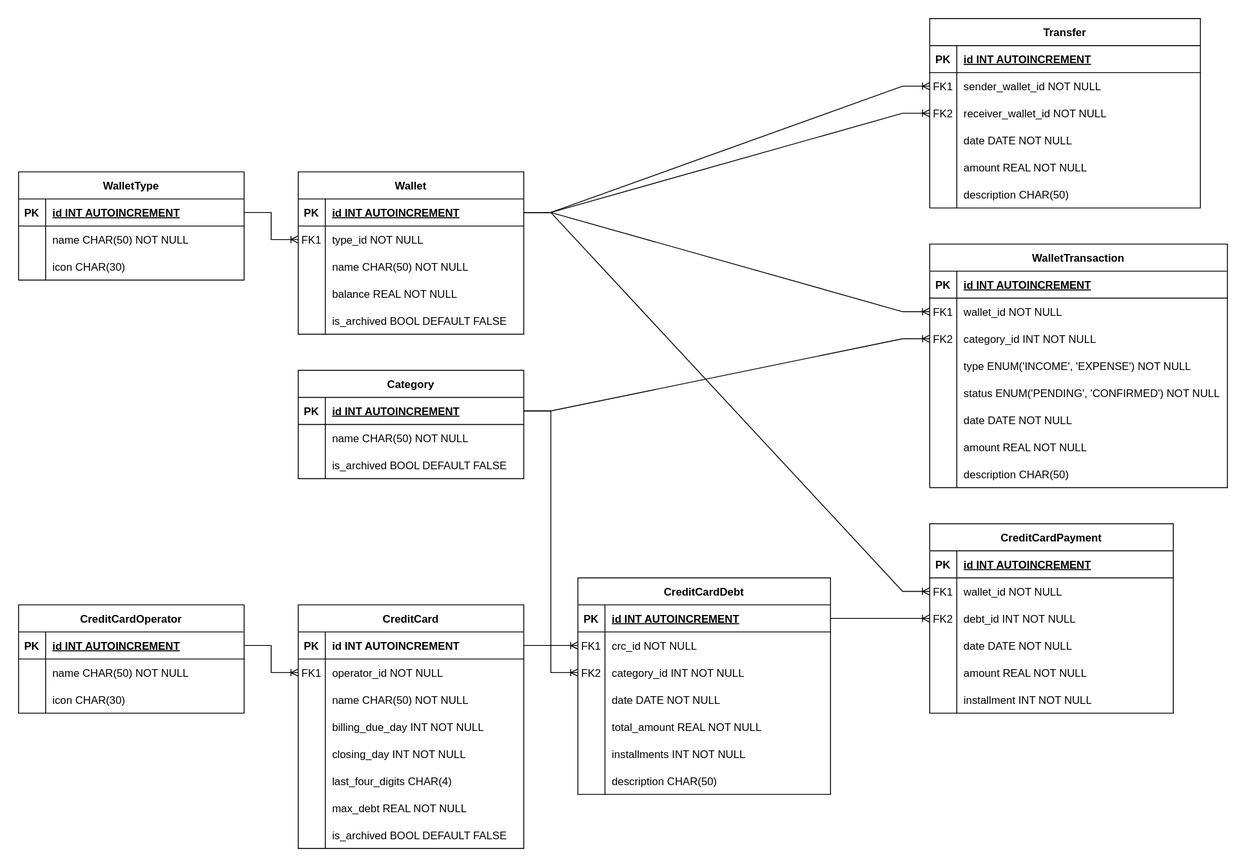
luk3rr/MY_MONEY keeps this draw.io diagram as docs/db_model.svg. Above is the earlier version. Source tidied: cells renumbered, new cells last; positions are measured from the earlier drawing's top-left corner, leaving out a move shared by most shapes.
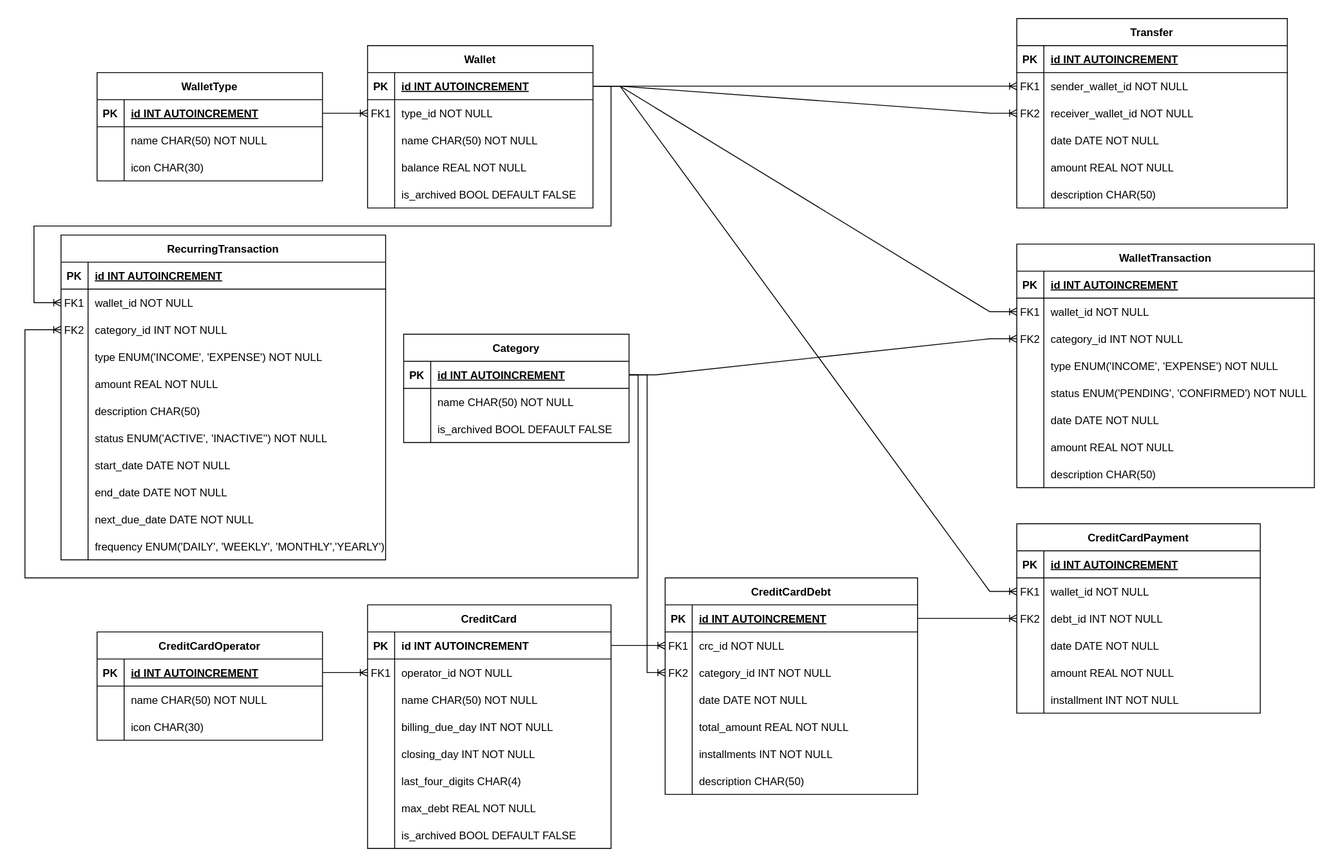
After the commit.

Commit message:
Atualizar modelo do banco

Change to the diagram source:
```diff
@@ -80,6 +80,6 @@
     <mxCell id="27" value="CreditCard" style="shape=table;startSize=30;rowLines=0;fontStyle=1;align=center;" parent="1" vertex="1">
-      <mxGeometry x="310" y="650" width="250" height="270" as="geometry" />
+      <mxGeometry x="290" y="650" width="270" height="270" as="geometry" />
     </mxCell>
     <mxCell id="28" style="shape=partialRectangle;fillColor=none;top=0;left=0;right=0;bottom=1;" parent="27" vertex="1">
-      <mxGeometry y="30" width="250" height="30" as="geometry" />
+      <mxGeometry y="30" width="270" height="30" as="geometry" />
     </mxCell>
@@ -89,6 +89,6 @@
     <mxCell id="30" style="shape=partialRectangle;overflow=hidden;fillColor=none;top=0;left=0;bottom=0;right=0;align=left;spacingLeft=6;fontStyle=5;" parent="28" vertex="1">
-      <mxGeometry x="30" width="220" height="30" as="geometry" />
+      <mxGeometry x="30" width="240" height="30" as="geometry" />
     </mxCell>
     <mxCell id="31" style="shape=partialRectangle;fillColor=none;points=[[0,0.5],[1,0.5]];portConstraint=eastwest;top=0;left=0;right=0;bottom=0;" parent="27" vertex="1">
-      <mxGeometry y="60" width="250" height="30" as="geometry" />
+      <mxGeometry y="60" width="270" height="30" as="geometry" />
     </mxCell>
@@ -98,6 +98,6 @@
     <mxCell id="33" value="operator_id NOT NULL" style="shape=partialRectangle;overflow=hidden;fillColor=none;top=0;left=0;bottom=0;right=0;align=left;spacingLeft=6;" parent="31" vertex="1">
-      <mxGeometry x="30" width="220" height="30" as="geometry" />
+      <mxGeometry x="30" width="240" height="30" as="geometry" />
     </mxCell>
     <mxCell id="34" style="shape=partialRectangle;fillColor=none;top=0;left=0;right=0;bottom=0;" parent="27" vertex="1">
-      <mxGeometry y="90" width="250" height="30" as="geometry" />
+      <mxGeometry y="90" width="270" height="30" as="geometry" />
     </mxCell>
@@ -107,6 +107,6 @@
     <mxCell id="36" value="name CHAR(50) NOT NULL" style="shape=partialRectangle;overflow=hidden;fillColor=none;top=0;left=0;bottom=0;right=0;align=left;spacingLeft=6;" parent="34" vertex="1">
-      <mxGeometry x="30" width="220" height="30" as="geometry" />
+      <mxGeometry x="30" width="240" height="30" as="geometry" />
     </mxCell>
     <mxCell id="37" style="shape=partialRectangle;fillColor=none;top=0;left=0;right=0;bottom=0;" parent="27" vertex="1">
-      <mxGeometry y="120" width="250" height="30" as="geometry" />
+      <mxGeometry y="120" width="270" height="30" as="geometry" />
     </mxCell>
@@ -116,6 +116,6 @@
     <mxCell id="39" value="billing_due_day INT NOT NULL" style="shape=partialRectangle;overflow=hidden;fillColor=none;top=0;left=0;bottom=0;right=0;align=left;spacingLeft=6;" parent="37" vertex="1">
-      <mxGeometry x="30" width="220" height="30" as="geometry" />
+      <mxGeometry x="30" width="240" height="30" as="geometry" />
     </mxCell>
     <mxCell id="40" style="shape=partialRectangle;fillColor=none;top=0;left=0;right=0;bottom=0;" parent="27" vertex="1">
-      <mxGeometry y="150" width="250" height="30" as="geometry" />
+      <mxGeometry y="150" width="270" height="30" as="geometry" />
     </mxCell>
@@ -125,6 +125,6 @@
     <mxCell id="42" value="closing_day INT NOT NULL" style="shape=partialRectangle;overflow=hidden;fillColor=none;top=0;left=0;bottom=0;right=0;align=left;spacingLeft=6;" parent="40" vertex="1">
-      <mxGeometry x="30" width="220" height="30" as="geometry" />
+      <mxGeometry x="30" width="240" height="30" as="geometry" />
     </mxCell>
     <mxCell id="43" style="shape=partialRectangle;fillColor=none;top=0;left=0;right=0;bottom=0;" parent="27" vertex="1">
-      <mxGeometry y="180" width="250" height="30" as="geometry" />
+      <mxGeometry y="180" width="270" height="30" as="geometry" />
     </mxCell>
@@ -134,6 +134,6 @@
     <mxCell id="45" value="last_four_digits CHAR(4)" style="shape=partialRectangle;overflow=hidden;fillColor=none;top=0;left=0;bottom=0;right=0;align=left;spacingLeft=6;" parent="43" vertex="1">
-      <mxGeometry x="30" width="220" height="30" as="geometry" />
+      <mxGeometry x="30" width="240" height="30" as="geometry" />
     </mxCell>
     <mxCell id="46" style="shape=partialRectangle;fillColor=none;top=0;left=0;right=0;bottom=0;" parent="27" vertex="1">
-      <mxGeometry y="210" width="250" height="30" as="geometry" />
+      <mxGeometry y="210" width="270" height="30" as="geometry" />
     </mxCell>
@@ -143,6 +143,6 @@
     <mxCell id="48" value="max_debt REAL NOT NULL" style="shape=partialRectangle;overflow=hidden;fillColor=none;top=0;left=0;bottom=0;right=0;align=left;spacingLeft=6;" parent="46" vertex="1">
-      <mxGeometry x="30" width="220" height="30" as="geometry" />
+      <mxGeometry x="30" width="240" height="30" as="geometry" />
     </mxCell>
     <mxCell id="49" style="shape=partialRectangle;fillColor=none;top=0;left=0;right=0;bottom=0;" parent="27" vertex="1">
-      <mxGeometry y="240" width="250" height="30" as="geometry" />
+      <mxGeometry y="240" width="270" height="30" as="geometry" />
     </mxCell>
@@ -152,6 +152,6 @@
     <mxCell id="51" value="is_archived BOOL DEFAULT FALSE" style="shape=partialRectangle;overflow=hidden;fillColor=none;top=0;left=0;bottom=0;right=0;align=left;spacingLeft=6;" parent="49" vertex="1">
-      <mxGeometry x="30" width="220" height="30" as="geometry" />
+      <mxGeometry x="30" width="240" height="30" as="geometry" />
     </mxCell>
     <mxCell id="52" value="Wallet" style="shape=table;startSize=30;rowLines=0;fontStyle=1;align=center;" parent="1" vertex="1">
-      <mxGeometry x="310" y="170" width="250" height="180" as="geometry" />
+      <mxGeometry x="290" y="30" width="250" height="180" as="geometry" />
     </mxCell>
@@ -202,10 +202,4 @@
     </mxCell>
-    <mxCell id="68" style="shape=partialRectangle;fillColor=none;top=0;left=0;right=0;bottom=0;" parent="1" vertex="1">
-      <mxGeometry x="320" y="350" width="250" height="30" as="geometry" />
-    </mxCell>
-    <mxCell id="69" style="shape=partialRectangle;overflow=hidden;fillColor=none;top=0;left=0;bottom=0;right=0;" parent="68" vertex="1">
-      <mxGeometry width="30" height="30" as="geometry" />
-    </mxCell>
     <mxCell id="70" value="Category" style="shape=table;startSize=30;rowLines=0;fontStyle=1;align=center;" parent="1" vertex="1">
-      <mxGeometry x="310" y="390" width="250" height="120" as="geometry" />
+      <mxGeometry x="330" y="350" width="250" height="120" as="geometry" />
     </mxCell>
@@ -430,6 +424,3 @@
     </mxCell>
-    <mxCell id="144" style="edgeStyle=entityRelationEdgeStyle;fontSize=12;html=1;endArrow=ERoneToMany;rounded=0;exitX=1;exitY=0.5;exitDx=0;exitDy=0;entryX=0;entryY=0.5;entryDx=0;entryDy=0;" parent="1" edge="1" source="53" target="106">
-      <mxGeometry relative="1" as="geometry" />
-    </mxCell>
-    <mxCell id="145" style="edgeStyle=entityRelationEdgeStyle;fontSize=12;html=1;endArrow=ERoneToMany;rounded=0;exitX=1;exitY=0.5;exitDx=0;exitDy=0;entryX=0;entryY=0.5;entryDx=0;entryDy=0;" parent="1" edge="1" source="71" target="87">
+    <mxCell id="145" style="edgeStyle=orthogonalEdgeStyle;fontSize=12;html=1;endArrow=ERoneToMany;rounded=0;exitX=1;exitY=0.5;exitDx=0;exitDy=0;entryX=0;entryY=0.5;entryDx=0;entryDy=0;" parent="1" edge="1" source="71" target="87">
       <mxGeometry relative="1" as="geometry" />
@@ -445,6 +436,6 @@
     <mxCell id="148" value="PK" style="shape=partialRectangle;overflow=hidden;fillColor=none;top=0;left=0;bottom=0;right=0;fontStyle=1;" parent="147" vertex="1">
-      <mxGeometry width="30" height="30" as="geometry" />
+      <mxGeometry x="-20" width="30" height="30" as="geometry" />
     </mxCell>
     <mxCell id="149" value="id INT AUTOINCREMENT " style="shape=partialRectangle;overflow=hidden;fillColor=none;top=0;left=0;bottom=0;right=0;align=left;spacingLeft=6;fontStyle=1;" parent="147" vertex="1">
-      <mxGeometry x="30" width="220" height="30" as="geometry" />
+      <mxGeometry x="10" width="220" height="30" as="geometry" />
     </mxCell>
@@ -454,3 +445,3 @@
     <mxCell id="151" value="CreditCardOperator" style="shape=table;startSize=30;rowLines=0;fontStyle=1;align=center;" parent="1" vertex="1">
-      <mxGeometry y="650" width="250" height="120" as="geometry" />
+      <mxGeometry x="-10" y="680" width="250" height="120" as="geometry" />
     </mxCell>
@@ -496,3 +487,3 @@
     <mxCell id="162" value="WalletType" style="shape=table;startSize=30;rowLines=0;fontStyle=1;align=center;" parent="1" vertex="1">
-      <mxGeometry y="170" width="250" height="120" as="geometry" />
+      <mxGeometry x="-10" y="60" width="250" height="120" as="geometry" />
     </mxCell>
@@ -537,2 +528,127 @@
     </mxCell>
+    <mxCell id="173" value="RecurringTransaction" style="shape=table;startSize=30;rowLines=0;fontStyle=1;align=center;" parent="1" vertex="1">
+      <mxGeometry x="-50" y="240" width="360" height="360" as="geometry" />
+    </mxCell>
+    <mxCell id="174" style="shape=partialRectangle;fillColor=none;top=0;left=0;right=0;bottom=1;" parent="173" vertex="1">
+      <mxGeometry y="30" width="360" height="30" as="geometry" />
+    </mxCell>
+    <mxCell id="175" value="PK" style="shape=partialRectangle;overflow=hidden;fillColor=none;top=0;left=0;bottom=0;right=0;fontStyle=1;" parent="174" vertex="1">
+      <mxGeometry width="30" height="30" as="geometry" />
+    </mxCell>
+    <mxCell id="176" value="id INT AUTOINCREMENT " style="shape=partialRectangle;overflow=hidden;fillColor=none;top=0;left=0;bottom=0;right=0;align=left;spacingLeft=6;fontStyle=5;" parent="174" vertex="1">
+      <mxGeometry x="30" width="330" height="30" as="geometry" />
+    </mxCell>
+    <mxCell id="177" style="shape=partialRectangle;fillColor=none;points=[[0,0.5],[1,0.5]];portConstraint=eastwest;top=0;left=0;right=0;bottom=0;" parent="173" vertex="1">
+      <mxGeometry y="60" width="360" height="30" as="geometry" />
+    </mxCell>
+    <mxCell id="178" value="FK1" style="shape=partialRectangle;overflow=hidden;fillColor=none;top=0;left=0;bottom=0;right=0;" parent="177" vertex="1">
+      <mxGeometry width="30" height="30" as="geometry" />
+    </mxCell>
+    <mxCell id="179" value="wallet_id NOT NULL" style="shape=partialRectangle;overflow=hidden;fillColor=none;top=0;left=0;bottom=0;right=0;align=left;spacingLeft=6;" parent="177" vertex="1">
+      <mxGeometry x="30" width="330" height="30" as="geometry" />
+    </mxCell>
+    <mxCell id="180" style="shape=partialRectangle;fillColor=none;points=[[0,0.5],[1,0.5]];portConstraint=eastwest;top=0;left=0;right=0;bottom=0;" parent="173" vertex="1">
+      <mxGeometry y="90" width="360" height="30" as="geometry" />
+    </mxCell>
+    <mxCell id="181" value="FK2" style="shape=partialRectangle;overflow=hidden;fillColor=none;top=0;left=0;bottom=0;right=0;" parent="180" vertex="1">
+      <mxGeometry width="30" height="30" as="geometry" />
+    </mxCell>
+    <mxCell id="182" value="category_id INT NOT NULL" style="shape=partialRectangle;overflow=hidden;fillColor=none;top=0;left=0;bottom=0;right=0;align=left;spacingLeft=6;" parent="180" vertex="1">
+      <mxGeometry x="30" width="330" height="30" as="geometry" />
+    </mxCell>
+    <mxCell id="183" style="shape=partialRectangle;fillColor=none;top=0;left=0;right=0;bottom=0;" parent="173" vertex="1">
+      <mxGeometry y="120" width="360" height="30" as="geometry" />
+    </mxCell>
+    <mxCell id="69" style="shape=partialRectangle;overflow=hidden;fillColor=none;top=0;left=0;bottom=0;right=0;" parent="183" vertex="1">
+      <mxGeometry width="30" height="30" as="geometry" />
+    </mxCell>
+    <mxCell id="184" value="type ENUM('INCOME', 'EXPENSE') NOT NULL" style="shape=partialRectangle;overflow=hidden;fillColor=none;top=0;left=0;bottom=0;right=0;align=left;spacingLeft=6;" parent="183" vertex="1">
+      <mxGeometry x="30" width="330" height="30" as="geometry" />
+    </mxCell>
+    <mxCell id="185" style="shape=partialRectangle;fillColor=none;top=0;left=0;right=0;bottom=0;" parent="173" vertex="1">
+      <mxGeometry y="150" width="360" height="30" as="geometry" />
+    </mxCell>
+    <mxCell id="186" value="            " style="shape=partialRectangle;overflow=hidden;fillColor=none;top=0;left=0;bottom=0;right=0;" parent="185" vertex="1">
+      <mxGeometry width="30" height="30" as="geometry" />
+    </mxCell>
+    <mxCell id="187" value="amount REAL NOT NULL" style="shape=partialRectangle;overflow=hidden;fillColor=none;top=0;left=0;bottom=0;right=0;align=left;spacingLeft=6;" parent="185" vertex="1">
+      <mxGeometry x="30" width="330" height="30" as="geometry" />
+    </mxCell>
+    <mxCell id="188" style="shape=partialRectangle;fillColor=none;top=0;left=0;right=0;bottom=0;" parent="173" vertex="1">
+      <mxGeometry y="180" width="360" height="30" as="geometry" />
+    </mxCell>
+    <mxCell id="189" value="            " style="shape=partialRectangle;overflow=hidden;fillColor=none;top=0;left=0;bottom=0;right=0;" parent="188" vertex="1">
+      <mxGeometry width="30" height="30" as="geometry" />
+    </mxCell>
+    <mxCell id="190" value="description CHAR(50)" style="shape=partialRectangle;overflow=hidden;fillColor=none;top=0;left=0;bottom=0;right=0;align=left;spacingLeft=6;" parent="188" vertex="1">
+      <mxGeometry x="30" width="330" height="30" as="geometry" />
+    </mxCell>
+    <mxCell id="191" style="shape=partialRectangle;fillColor=none;top=0;left=0;right=0;bottom=0;" parent="173" vertex="1">
+      <mxGeometry y="210" width="360" height="30" as="geometry" />
+    </mxCell>
+    <mxCell id="192" value="            " style="shape=partialRectangle;overflow=hidden;fillColor=none;top=0;left=0;bottom=0;right=0;" parent="191" vertex="1">
+      <mxGeometry width="30" height="30" as="geometry" />
+    </mxCell>
+    <mxCell id="193" value="status ENUM('ACTIVE', 'INACTIVE'') NOT NULL" style="shape=partialRectangle;overflow=hidden;fillColor=none;top=0;left=0;bottom=0;right=0;align=left;spacingLeft=6;" parent="191" vertex="1">
+      <mxGeometry x="30" width="330" height="30" as="geometry" />
+    </mxCell>
+    <mxCell id="194" style="shape=partialRectangle;fillColor=none;top=0;left=0;right=0;bottom=0;" parent="173" vertex="1">
+      <mxGeometry y="240" width="360" height="30" as="geometry" />
+    </mxCell>
+    <mxCell id="195" value="            " style="shape=partialRectangle;overflow=hidden;fillColor=none;top=0;left=0;bottom=0;right=0;" parent="194" vertex="1">
+      <mxGeometry width="30" height="30" as="geometry" />
+    </mxCell>
+    <mxCell id="196" value="start_date DATE NOT NULL" style="shape=partialRectangle;overflow=hidden;fillColor=none;top=0;left=0;bottom=0;right=0;align=left;spacingLeft=6;" parent="194" vertex="1">
+      <mxGeometry x="30" width="330" height="30" as="geometry" />
+    </mxCell>
+    <mxCell id="197" style="shape=partialRectangle;fillColor=none;top=0;left=0;right=0;bottom=0;" parent="173" vertex="1">
+      <mxGeometry y="270" width="360" height="30" as="geometry" />
+    </mxCell>
+    <mxCell id="198" value="            " style="shape=partialRectangle;overflow=hidden;fillColor=none;top=0;left=0;bottom=0;right=0;" parent="197" vertex="1">
+      <mxGeometry width="30" height="30" as="geometry" />
+    </mxCell>
+    <mxCell id="199" value="end_date DATE NOT NULL" style="shape=partialRectangle;overflow=hidden;fillColor=none;top=0;left=0;bottom=0;right=0;align=left;spacingLeft=6;" parent="197" vertex="1">
+      <mxGeometry x="30" width="330" height="30" as="geometry" />
+    </mxCell>
+    <mxCell id="200" style="shape=partialRectangle;fillColor=none;top=0;left=0;right=0;bottom=0;" parent="173" vertex="1">
+      <mxGeometry y="300" width="360" height="30" as="geometry" />
+    </mxCell>
+    <mxCell id="201" value="            " style="shape=partialRectangle;overflow=hidden;fillColor=none;top=0;left=0;bottom=0;right=0;" parent="200" vertex="1">
+      <mxGeometry width="30" height="30" as="geometry" />
+    </mxCell>
+    <mxCell id="202" value="next_due_date DATE NOT NULL" style="shape=partialRectangle;overflow=hidden;fillColor=none;top=0;left=0;bottom=0;right=0;align=left;spacingLeft=6;" parent="200" vertex="1">
+      <mxGeometry x="30" width="330" height="30" as="geometry" />
+    </mxCell>
+    <mxCell id="203" style="shape=partialRectangle;fillColor=none;top=0;left=0;right=0;bottom=0;" parent="173" vertex="1">
+      <mxGeometry y="330" width="360" height="30" as="geometry" />
+    </mxCell>
+    <mxCell id="204" value="            " style="shape=partialRectangle;overflow=hidden;fillColor=none;top=0;left=0;bottom=0;right=0;" parent="203" vertex="1">
+      <mxGeometry width="30" height="30" as="geometry" />
+    </mxCell>
+    <mxCell id="205" value="frequency ENUM('DAILY', 'WEEKLY', 'MONTHLY','YEARLY')" style="shape=partialRectangle;overflow=hidden;fillColor=none;top=0;left=0;bottom=0;right=0;align=left;spacingLeft=6;" parent="203" vertex="1">
+      <mxGeometry x="30" width="330" height="30" as="geometry" />
+    </mxCell>
+    <mxCell id="144" style="edgeStyle=entityRelationEdgeStyle;fontSize=12;html=1;endArrow=ERoneToMany;rounded=0;exitX=1;exitY=0.5;exitDx=0;exitDy=0;entryX=0;entryY=0.5;entryDx=0;entryDy=0;" parent="1" edge="1" source="53" target="106">
+      <mxGeometry relative="1" as="geometry" />
+    </mxCell>
+    <mxCell id="206" style="edgeStyle=orthogonalEdgeStyle;fontSize=12;html=1;endArrow=ERoneToMany;rounded=0;exitX=1;exitY=0.5;exitDx=0;exitDy=0;entryX=0;entryY=0.5;entryDx=0;entryDy=0;" parent="1" edge="1" source="53" target="177">
+      <mxGeometry relative="1" as="geometry">
+        <Array as="points">
+          <mxPoint x="560" y="75" />
+          <mxPoint x="560" y="230" />
+          <mxPoint x="-80" y="230" />
+          <mxPoint x="-80" y="315" />
+        </Array>
+      </mxGeometry>
+    </mxCell>
+    <mxCell id="207" style="edgeStyle=orthogonalEdgeStyle;fontSize=12;html=1;endArrow=ERoneToMany;rounded=0;exitX=1;exitY=0.5;exitDx=0;exitDy=0;entryX=0;entryY=0.5;entryDx=0;entryDy=0;" parent="1" edge="1" source="71" target="180">
+      <mxGeometry relative="1" as="geometry">
+        <Array as="points">
+          <mxPoint x="590" y="395" />
+          <mxPoint x="590" y="620" />
+          <mxPoint x="-90" y="620" />
+          <mxPoint x="-90" y="345" />
+        </Array>
+      </mxGeometry>
+    </mxCell>
   </root>
```
